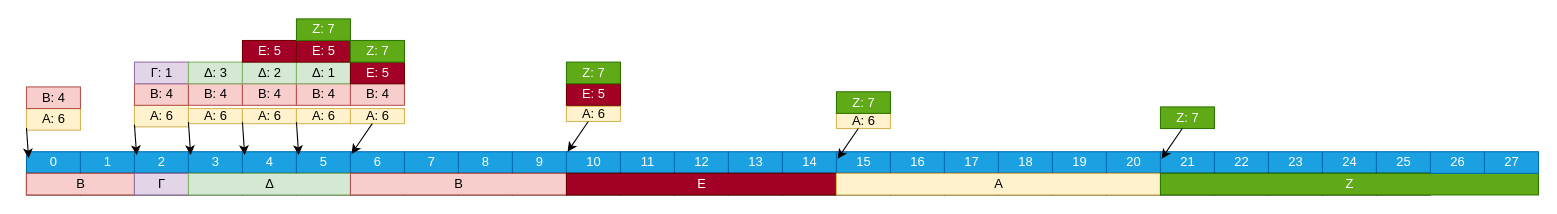
The draw.io diagram PROJECT 1/askisi04/erwtima01 SRTF.drawio in ltopalis/Operating-System-Project, before the edit. Source tidied: cells renumbered, new cells numbered last; positions are measured from the earlier drawing's top-left corner, leaving out a move shared by most shapes. Both pictures are drawn from the tidied source at 108%, with x=0, y=0 at pixel (26, 18).
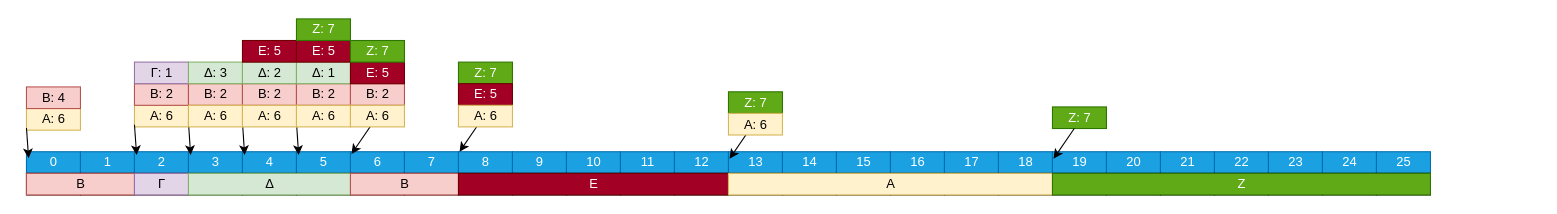
Above is the later version.

The change refers to these unchanged cells:
```xml
<mxCell id="8" value="6" style="align=center;html=1;fillColor=#1ba1e2;fontColor=#ffffff;strokeColor=#006EAF;" parent="1" vertex="1">
  <mxGeometry x="300" y="123" width="50" height="20" as="geometry" />
</mxCell>
```

Diff of the diagram source:
```diff
@@
-    <mxCell id="60" value="B: 4" style="align=center;html=1;fillColor=#f8cecc;strokeColor=#b85450;" parent="1" vertex="1">
+    <mxCell id="60" value="B: 2" style="align=center;html=1;fillColor=#f8cecc;strokeColor=#b85450;" parent="1" vertex="1">
       <mxGeometry x="100" y="60" width="50" height="20" as="geometry" />
     </mxCell>
@@
-    <mxCell id="63" value="&lt;div align=&quot;center&quot;&gt;A: 6&lt;br&gt;&lt;/div&gt;" style="align=center;html=1;fillColor=#fff2cc;strokeColor=#d6b656;" parent="1" vertex="1">
-      <mxGeometry x="150" y="83" width="50" height="14" as="geometry" />
-    </mxCell>
-    <mxCell id="64" style="endArrow=classic;html=1;rounded=0;exitX=0;exitY=0.9;exitDx=0;exitDy=0;exitPerimeter=0;entryX=0.04;entryY=0.3;entryDx=0;entryDy=0;entryPerimeter=0;" parent="1" edge="1" source="63">
+    <mxCell id="64" style="endArrow=classic;html=1;rounded=0;exitX=0;exitY=0.9;exitDx=0;exitDy=0;exitPerimeter=0;entryX=0.04;entryY=0.3;entryDx=0;entryDy=0;entryPerimeter=0;" parent="1" edge="1">
       <mxGeometry relative="1" as="geometry">
+        <mxPoint x="150" y="95.6" as="sourcePoint" />
         <mxPoint x="152" y="126" as="targetPoint" />
       </mxGeometry>
     </mxCell>
-    <mxCell id="65" value="B: 4" style="align=center;html=1;fillColor=#f8cecc;strokeColor=#b85450;" parent="1" vertex="1">
+    <mxCell id="65" value="B: 2" style="align=center;html=1;fillColor=#f8cecc;strokeColor=#b85450;" parent="1" vertex="1">
       <mxGeometry x="150" y="60" width="50" height="20" as="geometry" />
     </mxCell>
@@
-    <mxCell id="68" value="&lt;div align=&quot;center&quot;&gt;A: 6&lt;br&gt;&lt;/div&gt;" style="align=center;html=1;fillColor=#fff2cc;strokeColor=#d6b656;" parent="1" vertex="1">
-      <mxGeometry x="200" y="83" width="50" height="14" as="geometry" />
-    </mxCell>
-    <mxCell id="69" style="endArrow=classic;html=1;rounded=0;exitX=0;exitY=0.9;exitDx=0;exitDy=0;exitPerimeter=0;entryX=0.04;entryY=0.3;entryDx=0;entryDy=0;entryPerimeter=0;" parent="1" edge="1" source="68">
+    <mxCell id="69" style="endArrow=classic;html=1;rounded=0;exitX=0;exitY=0.9;exitDx=0;exitDy=0;exitPerimeter=0;entryX=0.04;entryY=0.3;entryDx=0;entryDy=0;entryPerimeter=0;" parent="1" edge="1">
       <mxGeometry relative="1" as="geometry">
+        <mxPoint x="200" y="95.6" as="sourcePoint" />
         <mxPoint x="202" y="126" as="targetPoint" />
       </mxGeometry>
     </mxCell>
-    <mxCell id="70" value="B: 4" style="align=center;html=1;fillColor=#f8cecc;strokeColor=#b85450;" parent="1" vertex="1">
+    <mxCell id="70" value="B: 2" style="align=center;html=1;fillColor=#f8cecc;strokeColor=#b85450;" parent="1" vertex="1">
       <mxGeometry x="200" y="60" width="50" height="20" as="geometry" />
     </mxCell>
@@
-    <mxCell id="73" value="&lt;div align=&quot;center&quot;&gt;A: 6&lt;br&gt;&lt;/div&gt;" style="align=center;html=1;fillColor=#fff2cc;strokeColor=#d6b656;" parent="1" vertex="1">
-      <mxGeometry x="250" y="83" width="50" height="14" as="geometry" />
-    </mxCell>
-    <mxCell id="74" style="endArrow=classic;html=1;rounded=0;exitX=0;exitY=0.9;exitDx=0;exitDy=0;exitPerimeter=0;entryX=0.04;entryY=0.3;entryDx=0;entryDy=0;entryPerimeter=0;" parent="1" edge="1" source="73">
+    <mxCell id="74" style="endArrow=classic;html=1;rounded=0;exitX=0;exitY=0.9;exitDx=0;exitDy=0;exitPerimeter=0;entryX=0.04;entryY=0.3;entryDx=0;entryDy=0;entryPerimeter=0;" parent="1" edge="1">
       <mxGeometry relative="1" as="geometry">
+        <mxPoint x="250" y="95.6" as="sourcePoint" />
         <mxPoint x="252" y="126" as="targetPoint" />
       </mxGeometry>
     </mxCell>
-    <mxCell id="75" value="B: 4" style="align=center;html=1;fillColor=#f8cecc;strokeColor=#b85450;" parent="1" vertex="1">
+    <mxCell id="75" value="B: 2" style="align=center;html=1;fillColor=#f8cecc;strokeColor=#b85450;" parent="1" vertex="1">
       <mxGeometry x="250" y="60" width="50" height="20" as="geometry" />
     </mxCell>
@@
-    <mxCell id="79" value="&lt;div align=&quot;center&quot;&gt;A: 6&lt;br&gt;&lt;/div&gt;" style="align=center;html=1;fillColor=#fff2cc;strokeColor=#d6b656;" parent="1" vertex="1">
-      <mxGeometry x="300" y="83" width="50" height="14" as="geometry" />
-    </mxCell>
-    <mxCell id="80" value="B: 4" style="align=center;html=1;fillColor=#f8cecc;strokeColor=#b85450;" parent="1" vertex="1">
+    <mxCell id="80" value="B: 2" style="align=center;html=1;fillColor=#f8cecc;strokeColor=#b85450;" parent="1" vertex="1">
       <mxGeometry x="300" y="60" width="50" height="20" as="geometry" />
     </mxCell>
@@
-    <mxCell id="83" style="endArrow=classic;html=1;rounded=0;entryX=0.02;entryY=0.1;entryDx=0;entryDy=0;entryPerimeter=0;" parent="1" edge="1" source="79" target="8">
-      <mxGeometry relative="1" as="geometry" />
+    <mxCell id="83" style="endArrow=classic;html=1;rounded=0;entryX=0.02;entryY=0.1;entryDx=0;entryDy=0;entryPerimeter=0;" parent="1" edge="1" target="8">
+      <mxGeometry relative="1" as="geometry">
+        <mxPoint x="320.2" y="97" as="sourcePoint" />
+      </mxGeometry>
     </mxCell>
     <mxCell id="84" value="Β" style="align=center;html=1;fillColor=#f8cecc;strokeColor=#b85450;" parent="1" vertex="1">
-      <mxGeometry x="300" y="143" width="200" height="20" as="geometry" />
+      <mxGeometry x="300" y="143" width="100" height="20" as="geometry" />
     </mxCell>
-    <mxCell id="85" value="&lt;div align=&quot;center&quot;&gt;A: 6&lt;br&gt;&lt;/div&gt;" style="align=center;html=1;fillColor=#fff2cc;strokeColor=#d6b656;" parent="1" vertex="1">
-      <mxGeometry x="500" y="81" width="50" height="14" as="geometry" />
-    </mxCell>
+    <mxCell id="94" value="Ζ: 7" style="align=center;html=1;fillColor=#60a917;strokeColor=#2D7600;fontColor=#ffffff;" parent="1" vertex="1">
+      <mxGeometry x="950" y="81.5" width="50" height="20" as="geometry" />
+    </mxCell>
+    <mxCell id="89" value="Ε" style="align=center;html=1;fillColor=#a20025;strokeColor=#6F0000;fontColor=#ffffff;" parent="1" vertex="1">
+      <mxGeometry x="400" y="143" width="250" height="20" as="geometry" />
+    </mxCell>
+    <mxCell id="93" value="Α" style="align=center;html=1;fillColor=#fff2cc;strokeColor=#d6b656;" parent="1" vertex="1">
+      <mxGeometry x="650" y="143" width="300" height="20" as="geometry" />
+    </mxCell>
+    <mxCell id="96" value="Ζ" style="align=center;html=1;fillColor=#60a917;strokeColor=#2D7600;fontColor=#ffffff;" parent="1" vertex="1">
+      <mxGeometry x="950" y="143" width="350" height="20" as="geometry" />
+    </mxCell>
+    <mxCell id="99" value="Ζ: 7" style="align=center;html=1;fillColor=#60a917;strokeColor=#2D7600;fontColor=#ffffff;" parent="1" vertex="1">
+      <mxGeometry x="400" y="40" width="50" height="20" as="geometry" />
+    </mxCell>
     <mxCell id="86" value="Ε: 5" style="align=center;html=1;fillColor=#a20025;strokeColor=#6F0000;fontColor=#ffffff;" parent="1" vertex="1">
-      <mxGeometry x="500" y="60" width="50" height="20" as="geometry" />
+      <mxGeometry x="400" y="60" width="50" height="20" as="geometry" />
     </mxCell>
-    <mxCell id="87" value="Ζ: 7" style="align=center;html=1;fillColor=#60a917;strokeColor=#2D7600;fontColor=#ffffff;" parent="1" vertex="1">
-      <mxGeometry x="500" y="40" width="50" height="20" as="geometry" />
-    </mxCell>
-    <mxCell id="88" style="endArrow=classic;html=1;rounded=0;entryX=0.02;entryY=0.1;entryDx=0;entryDy=0;entryPerimeter=0;" parent="1" edge="1" source="85">
-      <mxGeometry relative="1" as="geometry">
-        <mxPoint x="501" y="123" as="targetPoint" />
-      </mxGeometry>
-    </mxCell>
-    <mxCell id="89" value="Ε" style="align=center;html=1;fillColor=#a20025;strokeColor=#6F0000;fontColor=#ffffff;" parent="1" vertex="1">
-      <mxGeometry x="500" y="143" width="250" height="20" as="geometry" />
-    </mxCell>
-    <mxCell id="90" value="&lt;div align=&quot;center&quot;&gt;A: 6&lt;br&gt;&lt;/div&gt;" style="align=center;html=1;fillColor=#fff2cc;strokeColor=#d6b656;" parent="1" vertex="1">
-      <mxGeometry x="750" y="87.5" width="50" height="14" as="geometry" />
-    </mxCell>
-    <mxCell id="91" value="Ζ: 7" style="align=center;html=1;fillColor=#60a917;strokeColor=#2D7600;fontColor=#ffffff;" parent="1" vertex="1">
-      <mxGeometry x="750" y="67.5" width="50" height="20" as="geometry" />
-    </mxCell>
-    <mxCell id="92" style="endArrow=classic;html=1;rounded=0;entryX=0.02;entryY=0.1;entryDx=0;entryDy=0;entryPerimeter=0;" parent="1" edge="1" source="90">
-      <mxGeometry relative="1" as="geometry">
-        <mxPoint x="751" y="129.5" as="targetPoint" />
-      </mxGeometry>
-    </mxCell>
-    <mxCell id="93" value="Α" style="align=center;html=1;fillColor=#fff2cc;strokeColor=#d6b656;" parent="1" vertex="1">
-      <mxGeometry x="750" y="143" width="300" height="20" as="geometry" />
-    </mxCell>
-    <mxCell id="94" value="Ζ: 7" style="align=center;html=1;fillColor=#60a917;strokeColor=#2D7600;fontColor=#ffffff;" parent="1" vertex="1">
-      <mxGeometry x="1050" y="81.5" width="50" height="20" as="geometry" />
-    </mxCell>
-    <mxCell id="95" style="endArrow=classic;html=1;rounded=0;entryX=0.02;entryY=0.1;entryDx=0;entryDy=0;entryPerimeter=0;" parent="1" edge="1">
-      <mxGeometry relative="1" as="geometry">
-        <mxPoint x="1070.2" y="101.5" as="sourcePoint" />
-        <mxPoint x="1051" y="129.5" as="targetPoint" />
-      </mxGeometry>
-    </mxCell>
-    <mxCell id="96" value="Ζ" style="align=center;html=1;fillColor=#60a917;strokeColor=#2D7600;fontColor=#ffffff;" parent="1" vertex="1">
-      <mxGeometry x="1050" y="143" width="350" height="20" as="geometry" />
-    </mxCell>
-    <mxCell id="97" value="26" style="align=center;html=1;fillColor=#1ba1e2;fontColor=#ffffff;strokeColor=#006EAF;" parent="1" vertex="1">
-      <mxGeometry x="1300" y="123" width="50" height="20" as="geometry" />
-    </mxCell>
-    <mxCell id="98" value="27" style="align=center;html=1;fillColor=#1ba1e2;fontColor=#ffffff;strokeColor=#006EAF;" parent="1" vertex="1">
-      <mxGeometry x="1350" y="123" width="50" height="20" as="geometry" />
-    </mxCell>
+    <mxCell id="100" style="endArrow=classic;html=1;rounded=0;entryX=0.02;entryY=0.1;entryDx=0;entryDy=0;entryPerimeter=0;" parent="1" edge="1">
+      <mxGeometry relative="1" as="geometry">
+        <mxPoint x="420.2" y="95" as="sourcePoint" />
+        <mxPoint x="401" y="123" as="targetPoint" />
+      </mxGeometry>
+    </mxCell>
+    <mxCell id="101" style="endArrow=classic;html=1;rounded=0;entryX=0.02;entryY=0.1;entryDx=0;entryDy=0;entryPerimeter=0;" parent="1" edge="1">
+      <mxGeometry relative="1" as="geometry">
+        <mxPoint x="670.2" y="101.5" as="sourcePoint" />
+        <mxPoint x="651" y="129.5" as="targetPoint" />
+      </mxGeometry>
+    </mxCell>
+    <mxCell id="102" value="Ζ: 7" style="align=center;html=1;fillColor=#60a917;strokeColor=#2D7600;fontColor=#ffffff;" parent="1" vertex="1">
+      <mxGeometry x="650" y="67.5" width="50" height="20" as="geometry" />
+    </mxCell>
+    <mxCell id="103" style="endArrow=classic;html=1;rounded=0;entryX=0.02;entryY=0.1;entryDx=0;entryDy=0;entryPerimeter=0;" parent="1" edge="1">
+      <mxGeometry relative="1" as="geometry">
+        <mxPoint x="970.2" y="101.5" as="sourcePoint" />
+        <mxPoint x="951" y="129.5" as="targetPoint" />
+      </mxGeometry>
+    </mxCell>
+    <mxCell id="104" value="&lt;div align=&quot;center&quot;&gt;A: 6&lt;br&gt;&lt;/div&gt;" style="align=center;html=1;fillColor=#fff2cc;strokeColor=#d6b656;" parent="1" vertex="1">
+      <mxGeometry x="150" y="80" width="50" height="20" as="geometry" />
+    </mxCell>
+    <mxCell id="105" value="&lt;div align=&quot;center&quot;&gt;A: 6&lt;br&gt;&lt;/div&gt;" style="align=center;html=1;fillColor=#fff2cc;strokeColor=#d6b656;" parent="1" vertex="1">
+      <mxGeometry x="200" y="80" width="50" height="20" as="geometry" />
+    </mxCell>
+    <mxCell id="106" value="&lt;div align=&quot;center&quot;&gt;A: 6&lt;br&gt;&lt;/div&gt;" style="align=center;html=1;fillColor=#fff2cc;strokeColor=#d6b656;" parent="1" vertex="1">
+      <mxGeometry x="250" y="80" width="50" height="20" as="geometry" />
+    </mxCell>
+    <mxCell id="107" value="&lt;div align=&quot;center&quot;&gt;A: 6&lt;br&gt;&lt;/div&gt;" style="align=center;html=1;fillColor=#fff2cc;strokeColor=#d6b656;" parent="1" vertex="1">
+      <mxGeometry x="300" y="80" width="50" height="20" as="geometry" />
+    </mxCell>
+    <mxCell id="108" value="&lt;div align=&quot;center&quot;&gt;A: 6&lt;br&gt;&lt;/div&gt;" style="align=center;html=1;fillColor=#fff2cc;strokeColor=#d6b656;" parent="1" vertex="1">
+      <mxGeometry x="400" y="80" width="50" height="20" as="geometry" />
+    </mxCell>
+    <mxCell id="109" value="&lt;div align=&quot;center&quot;&gt;A: 6&lt;br&gt;&lt;/div&gt;" style="align=center;html=1;fillColor=#fff2cc;strokeColor=#d6b656;" parent="1" vertex="1">
+      <mxGeometry x="650" y="87.5" width="50" height="20" as="geometry" />
+    </mxCell>
```
